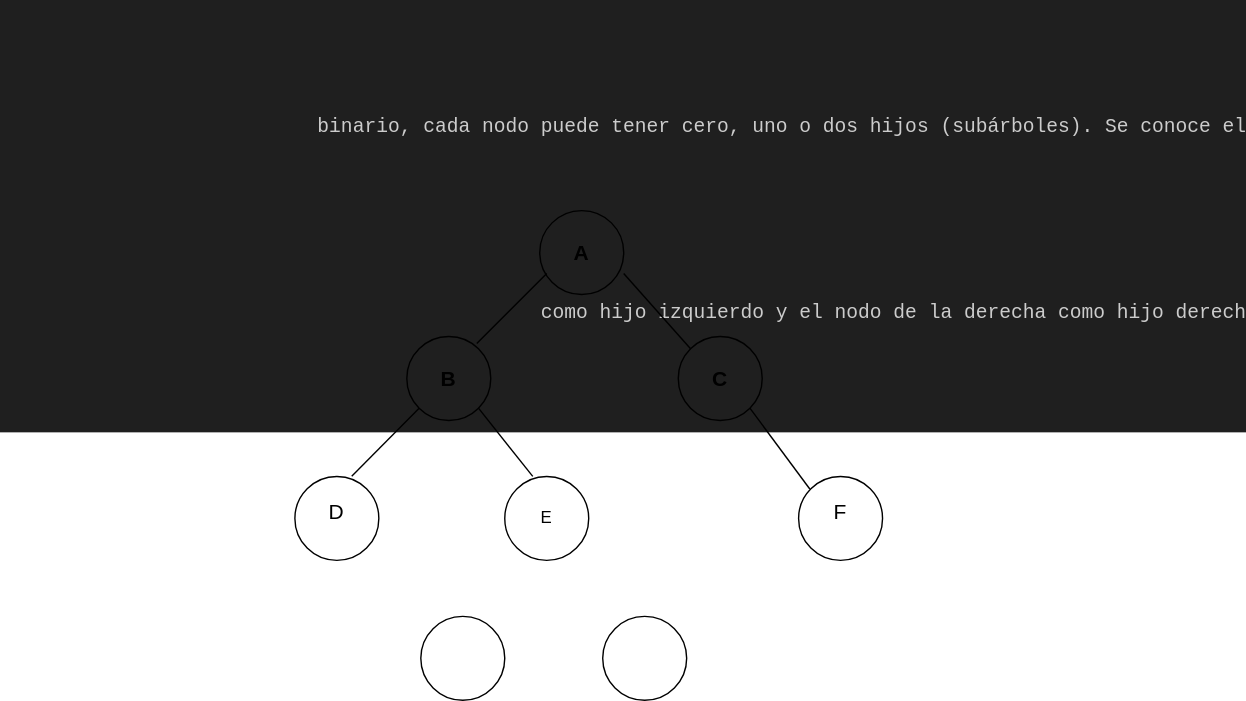
This is Estructura-de-datos/Arboles/Arbol-binario.drawio.svg from Nordcode-cyber/Algoritmos-Estructdatos, a draw.io export, as it was before one commit. Source tidied: cells renumbered, new cells last; positions are measured from the earlier drawing's top-left corner, leaving out a move shared by most shapes.
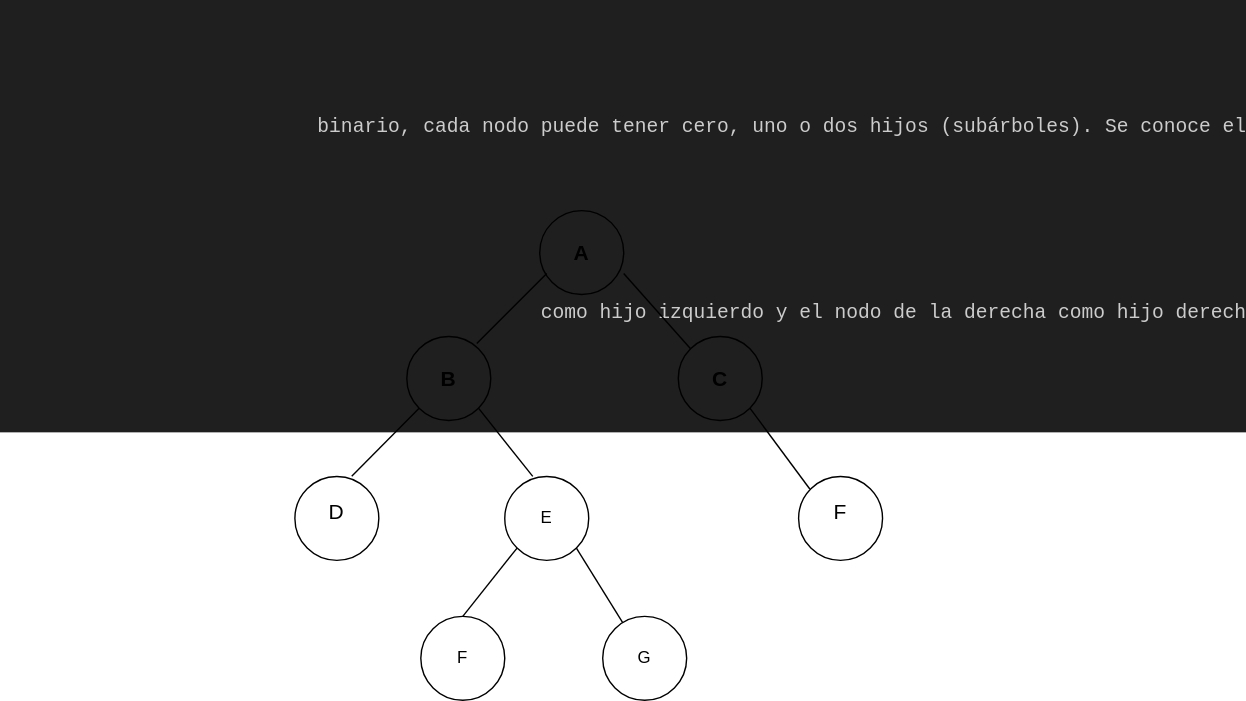
After the change.

Change to the diagram source:
```diff
@@ -72,5 +72,17 @@
     <mxCell id="22" style="ellipse;whiteSpace=wrap;html=1;fillColor=none;" parent="1" vertex="1">
       <mxGeometry x="430" y="440" width="60" height="60" as="geometry" />
     </mxCell>
+    <mxCell id="23" value="F" style="text;html=1;align=center;verticalAlign=middle;whiteSpace=wrap;rounded=0;" parent="1" vertex="1">
+      <mxGeometry x="300" y="455" width="60" height="30" as="geometry" />
+    </mxCell>
+    <mxCell id="24" value="G" style="text;html=1;align=center;verticalAlign=middle;whiteSpace=wrap;rounded=0;" parent="1" vertex="1">
+      <mxGeometry x="430" y="455" width="60" height="30" as="geometry" />
+    </mxCell>
+    <mxCell id="25" style="endArrow=none;html=1;exitX=0.5;exitY=0;exitDx=0;exitDy=0;entryX=0;entryY=1;entryDx=0;entryDy=0;" parent="1" edge="1" source="21" target="13">
+      <mxGeometry relative="1" as="geometry" />
+    </mxCell>
+    <mxCell id="26" style="endArrow=none;html=1;entryX=1;entryY=1;entryDx=0;entryDy=0;" parent="1" edge="1" source="22" target="13">
+      <mxGeometry relative="1" as="geometry" />
+    </mxCell>
   </root>
 </mxGraphModel>
```
